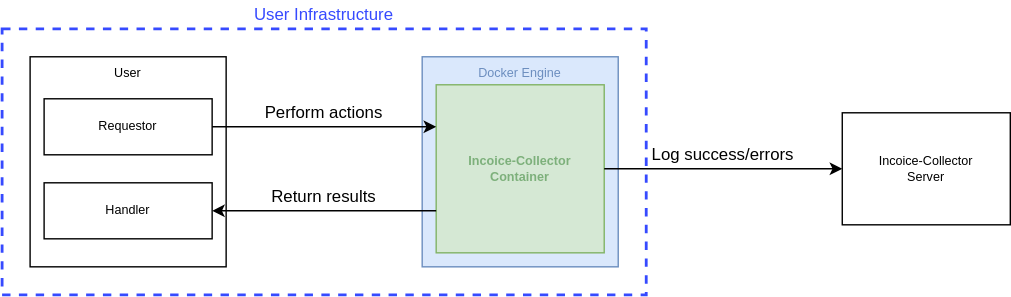
Above: docs/docs/sequence_diagram/infra.svg in invoice-collector/website (draw.io), before the change. Source tidied: cells renumbered, new cells last; positions are measured from the earlier drawing's top-left corner, leaving out a move shared by most shapes.
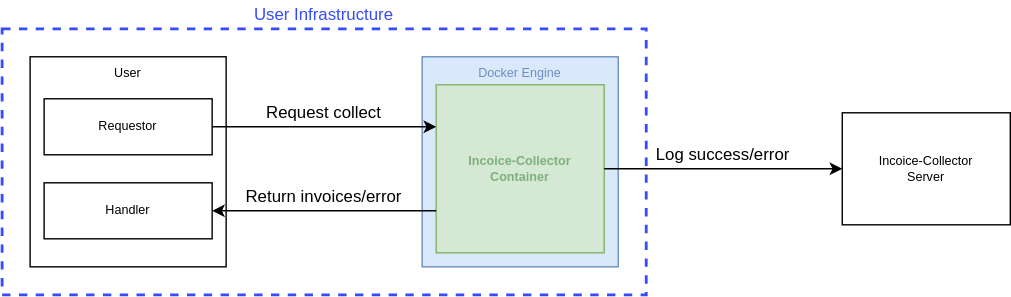
Later version of the same file.

Diff of the diagram source:
```diff
@@ -32,13 +32,13 @@
     <mxCell id="11" style="edgeStyle=none;jettySize=auto;html=1;entryX=0;entryY=0.5;entryDx=0;entryDy=0;exitX=1;exitY=0.5;exitDx=0;exitDy=0;" parent="1" edge="1" source="6" target="7">
       <mxGeometry relative="1" as="geometry" />
     </mxCell>
-    <mxCell id="12" value="Perform actions" style="text;strokeColor=none;align=center;fillColor=none;html=1;verticalAlign=middle;whiteSpace=wrap;rounded=0;" parent="1" vertex="1">
+    <mxCell id="12" value="Request collect" style="text;strokeColor=none;align=center;fillColor=none;html=1;verticalAlign=middle;whiteSpace=wrap;rounded=0;" parent="1" vertex="1">
       <mxGeometry x="150" y="70" width="160" height="20" as="geometry" />
     </mxCell>
-    <mxCell id="13" value="Return results" style="text;strokeColor=none;align=center;fillColor=none;html=1;verticalAlign=middle;whiteSpace=wrap;rounded=0;" parent="1" vertex="1">
+    <mxCell id="13" value="Return invoices/error" style="text;strokeColor=none;align=center;fillColor=none;html=1;verticalAlign=middle;whiteSpace=wrap;rounded=0;" parent="1" vertex="1">
       <mxGeometry x="150" y="130" width="160" height="20" as="geometry" />
     </mxCell>
-    <mxCell id="14" value="Log success/errors" style="text;strokeColor=none;align=center;fillColor=none;html=1;verticalAlign=middle;whiteSpace=wrap;rounded=0;" parent="1" vertex="1">
+    <mxCell id="14" value="Log success/error" style="text;strokeColor=none;align=center;fillColor=none;html=1;verticalAlign=middle;whiteSpace=wrap;rounded=0;" parent="1" vertex="1">
       <mxGeometry x="430" y="100" width="170" height="20" as="geometry" />
     </mxCell>
     <mxCell id="15" value="Handler" style="rounded=0;whiteSpace=wrap;html=1;fontSize=9;" parent="1" vertex="1">
```
